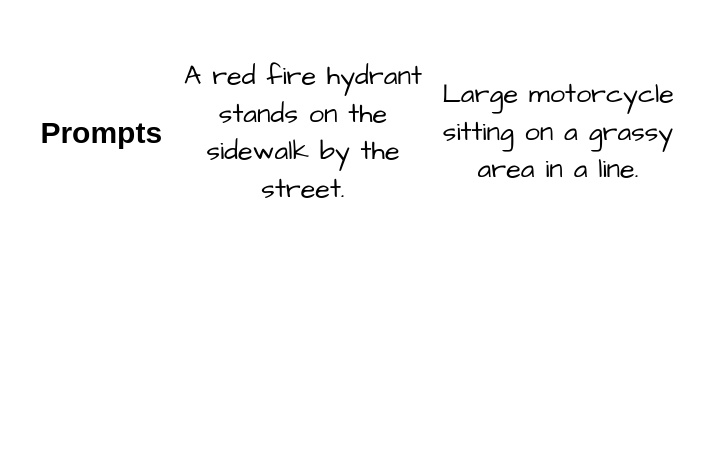
Earlier version of the draw.io diagram adjoint_aes_show.drawio (zituitui/drawio). Source tidied: cells renumbered, new cells numbered last; positions are measured from the earlier drawing's top-left corner, leaving out a move shared by most shapes. Both pictures are drawn from the tidied source at 150%, with x=0, y=0 at pixel (26, 26). Pictures stored in the file or linked from it are replaced by grey dashed boxes.
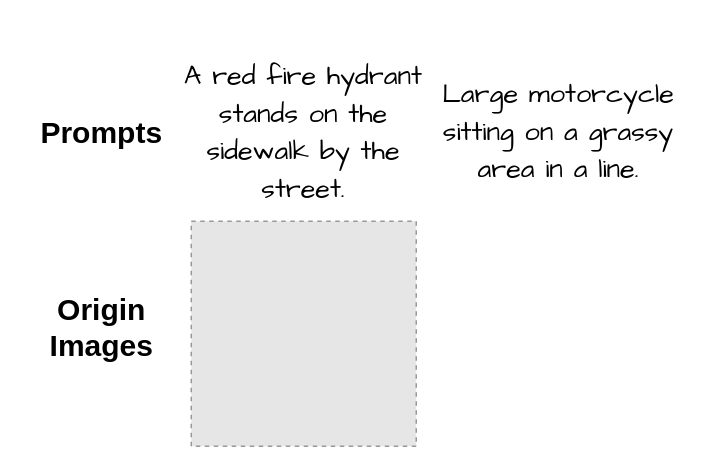
The same diagram, later.

Change to the diagram source:
```diff
@@
 <mxGraphModel>
   <root>
     <mxCell id="0" />
     <mxCell id="1" parent="0" />
     <mxCell id="2" value="&lt;font style=&quot;font-size: 20px;&quot;&gt;&lt;b&gt;Prompts&lt;/b&gt;&lt;/font&gt;" style="text;html=1;align=center;verticalAlign=middle;strokeColor=none;fillColor=none;" parent="1" vertex="1">
       <mxGeometry y="50" width="100" height="40" as="geometry" />
     </mxCell>
     <mxCell id="3" value="&lt;p style=&quot;margin: 0px; font-variant-numeric: normal; font-variant-east-asian: normal; font-variant-alternates: normal; font-size-adjust: none; font-kerning: auto; font-optical-sizing: auto; font-feature-settings: normal; font-variation-settings: normal; font-variant-position: normal; font-stretch: normal; line-height: normal; font-size: 18px;&quot; class=&quot;p1&quot;&gt;&lt;font face=&quot;Comic Sans MS&quot; style=&quot;font-size: 18px;&quot;&gt;A red fire hydrant stands on the sidewalk by the street.&lt;/font&gt;&lt;/p&gt;" style="rounded=0;whiteSpace=wrap;html=1;fontColor=default;strokeColor=none;fillColor=none;align=center;fontSize=18;" parent="1" vertex="1">
       <mxGeometry x="100" width="170" height="140" as="geometry" />
     </mxCell>
     <mxCell id="4" value="&lt;p style=&quot;margin: 0px; font-variant-numeric: normal; font-variant-east-asian: normal; font-variant-alternates: normal; font-size-adjust: none; font-kerning: auto; font-optical-sizing: auto; font-feature-settings: normal; font-variation-settings: normal; font-variant-position: normal; font-stretch: normal; line-height: normal; font-size: 18px;&quot; class=&quot;p1&quot;&gt;&lt;font face=&quot;Comic Sans MS&quot; style=&quot;font-size: 18px;&quot;&gt;Large motorcycle sitting on a grassy area in a line.&lt;/font&gt;&lt;/p&gt;" style="rounded=0;whiteSpace=wrap;html=1;fontColor=default;strokeColor=none;fillColor=none;align=center;fontSize=18;" parent="1" vertex="1">
       <mxGeometry x="270" width="170" height="140" as="geometry" />
     </mxCell>
+    <mxCell id="5" style="fillColor=#E6E6E6;strokeColor=#999999;dashed=1;verticalLabelPosition=bottom;labelBackgroundColor=default;verticalAlign=top;" parent="1" vertex="1">
+      <mxGeometry x="110" y="130" width="150" height="150" as="geometry" />
+    </mxCell>
+    <mxCell id="6" value="&lt;font style=&quot;font-size: 20px;&quot;&gt;&lt;b&gt;Origin&lt;/b&gt;&lt;/font&gt;&lt;div&gt;&lt;font style=&quot;font-size: 20px;&quot;&gt;&lt;b&gt;Images&lt;/b&gt;&lt;/font&gt;&lt;/div&gt;" style="text;html=1;align=center;verticalAlign=middle;strokeColor=none;fillColor=none;" parent="1" vertex="1">
+      <mxGeometry x="5" y="170" width="90" height="60" as="geometry" />
+    </mxCell>
   </root>
 </mxGraphModel>
```
